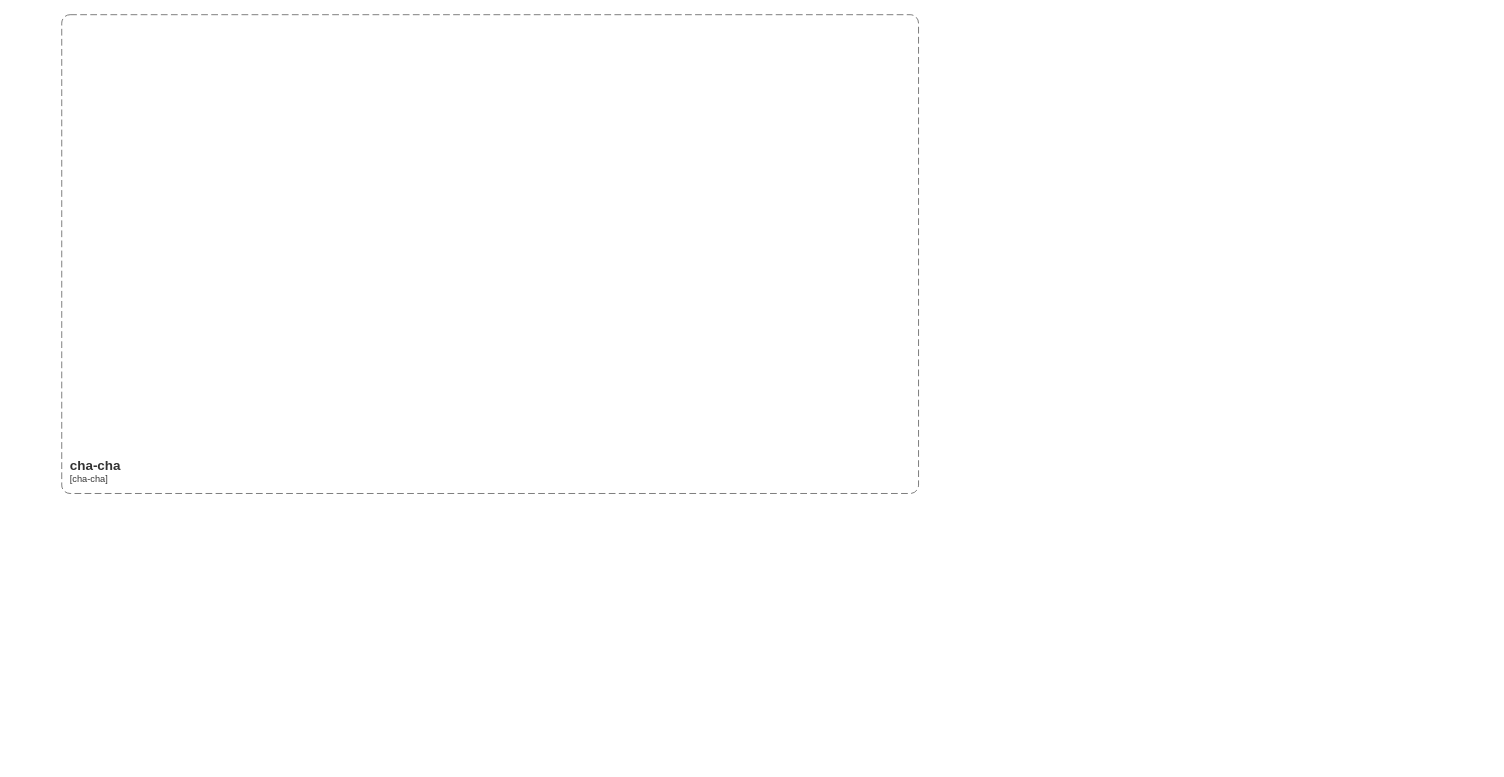
The draw.io diagram charly_auction.drawio in beyond-sw-camp/be20-1st-CharlyBiddingFactory-CharlyMarket, before the edit. Source tidied: cells renumbered, new cells numbered last; positions are measured from the earlier drawing's top-left corner, leaving out a move shared by most shapes. Both pictures are drawn from the tidied source at 84%, with x=0, y=0 at pixel (61, 14).
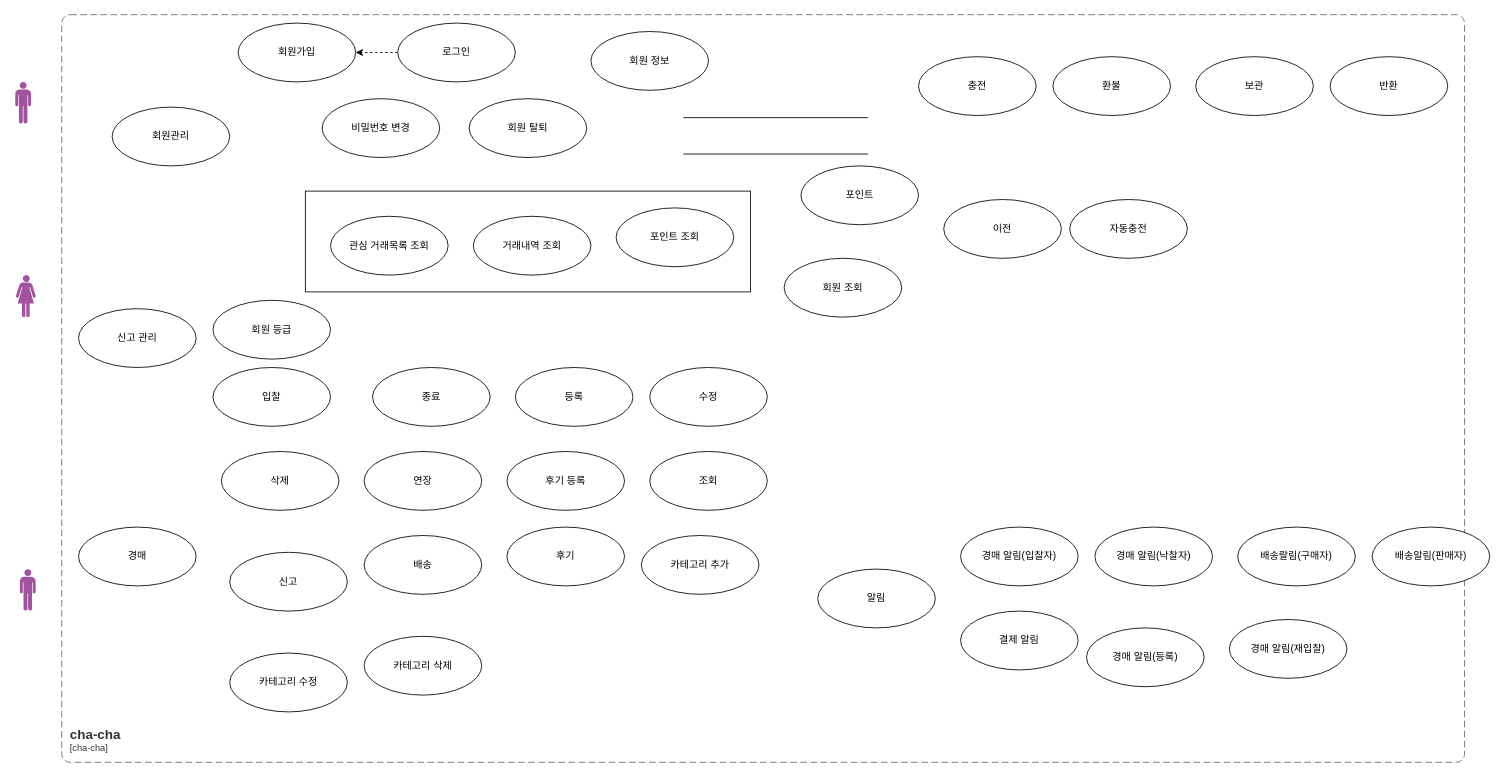
The same diagram, later.

Change to the diagram source:
```diff
@@
+    <mxCell id="3" style="rounded=0;whiteSpace=wrap;html=1;" parent="1" vertex="1">
+      <mxGeometry x="290" y="210" width="530" height="120" as="geometry" />
+    </mxCell>
     <object id="2" label="&lt;font style=&quot;font-size: 16px&quot;&gt;&lt;b&gt;&lt;div style=&quot;text-align: left&quot;&gt;%c4Name%&lt;/div&gt;&lt;/b&gt;&lt;/font&gt;&lt;div style=&quot;text-align: left&quot;&gt;[%c4Application%]&lt;/div&gt;" c4Application="cha-cha" c4Name="cha-cha" placeholders="1">
       <mxCell style="rounded=1;fontSize=11;whiteSpace=wrap;html=1;dashed=1;arcSize=20;fillColor=none;strokeColor=#666666;fontColor=#333333;labelBackgroundColor=none;align=left;verticalAlign=bottom;labelBorderColor=none;spacingTop=0;spacing=10;dashPattern=8 4;perimeter=rectanglePerimeter;noLabel=0;labelPadding=0;absoluteArcSize=1;" parent="1" vertex="1">
-        <mxGeometry width="1020" height="570" as="geometry" />
+        <mxGeometry width="1670" height="890" as="geometry" />
       </mxCell>
     </object>
+    <mxCell id="4" value="회원가입" style="ellipse;whiteSpace=wrap;html=1;" parent="1" vertex="1">
+      <mxGeometry x="210" y="10" width="140" height="70" as="geometry" />
+    </mxCell>
+    <mxCell id="5" style="verticalLabelPosition=bottom;sketch=0;html=1;fillColor=#A153A0;verticalAlign=top;align=center;shape=mxgraph.cisco_safe.design.actor_2;" parent="1" vertex="1">
+      <mxGeometry x="-50" y="660" width="19" height="50" as="geometry" />
+    </mxCell>
+    <mxCell id="6" style="verticalLabelPosition=bottom;sketch=0;html=1;fillColor=#A153A0;verticalAlign=top;align=center;shape=mxgraph.cisco_safe.design.actor_2;" parent="1" vertex="1">
+      <mxGeometry x="-55.5" y="80" width="19" height="50" as="geometry" />
+    </mxCell>
+    <mxCell id="7" style="verticalLabelPosition=bottom;sketch=0;html=1;fillColor=#A153A0;verticalAlign=top;align=center;shape=mxgraph.cisco_safe.design.actor_1;" parent="1" vertex="1">
+      <mxGeometry x="-54.5" y="310" width="23.5" height="50" as="geometry" />
+    </mxCell>
+    <mxCell id="8" value="포인트 조회" style="ellipse;whiteSpace=wrap;html=1;" parent="1" vertex="1">
+      <mxGeometry x="660" y="230" width="140" height="70" as="geometry" />
+    </mxCell>
+    <mxCell id="9" value="회원 탈퇴" style="ellipse;whiteSpace=wrap;html=1;" parent="1" vertex="1">
+      <mxGeometry x="485" y="100" width="140" height="70" as="geometry" />
+    </mxCell>
+    <mxCell id="10" value="회원 정보" style="ellipse;whiteSpace=wrap;html=1;" parent="1" vertex="1">
+      <mxGeometry x="630" y="20" width="140" height="70" as="geometry" />
+    </mxCell>
+    <mxCell id="11" style="edgeStyle=orthogonalEdgeStyle;rounded=0;jettySize=auto;html=1;dashed=1;" parent="1" edge="1" source="12" target="4">
+      <mxGeometry relative="1" as="geometry" />
+    </mxCell>
+    <mxCell id="12" value="로그인" style="ellipse;whiteSpace=wrap;html=1;" parent="1" vertex="1">
+      <mxGeometry x="400" y="10" width="140" height="70" as="geometry" />
+    </mxCell>
+    <mxCell id="13" value="비밀번호 변경" style="ellipse;whiteSpace=wrap;html=1;" parent="1" vertex="1">
+      <mxGeometry x="310" y="100" width="140" height="70" as="geometry" />
+    </mxCell>
+    <mxCell id="14" value="회원 조회" style="ellipse;whiteSpace=wrap;html=1;" parent="1" vertex="1">
+      <mxGeometry x="860" y="290" width="140" height="70" as="geometry" />
+    </mxCell>
+    <mxCell id="15" value="신고 관리" style="ellipse;whiteSpace=wrap;html=1;" parent="1" vertex="1">
+      <mxGeometry x="20" y="350" width="140" height="70" as="geometry" />
+    </mxCell>
+    <mxCell id="16" value="회원 등급" style="ellipse;whiteSpace=wrap;html=1;" parent="1" vertex="1">
+      <mxGeometry x="180" y="340" width="140" height="70" as="geometry" />
+    </mxCell>
+    <mxCell id="17" value="거래내역 조회" style="ellipse;whiteSpace=wrap;html=1;" parent="1" vertex="1">
+      <mxGeometry x="490" y="240" width="140" height="70" as="geometry" />
+    </mxCell>
+    <mxCell id="18" value="관심 거래목록 조회" style="ellipse;whiteSpace=wrap;html=1;" parent="1" vertex="1">
+      <mxGeometry x="320" y="240" width="140" height="70" as="geometry" />
+    </mxCell>
+    <mxCell id="19" value="종료" style="ellipse;whiteSpace=wrap;html=1;" parent="1" vertex="1">
+      <mxGeometry x="370" y="420" width="140" height="70" as="geometry" />
+    </mxCell>
+    <mxCell id="20" value="입찰" style="ellipse;whiteSpace=wrap;html=1;" parent="1" vertex="1">
+      <mxGeometry x="180" y="420" width="140" height="70" as="geometry" />
+    </mxCell>
+    <mxCell id="21" value="카테고리 삭제" style="ellipse;whiteSpace=wrap;html=1;" parent="1" vertex="1">
+      <mxGeometry x="360" y="740" width="140" height="70" as="geometry" />
+    </mxCell>
+    <mxCell id="22" value="카테고리 수정" style="ellipse;whiteSpace=wrap;html=1;" parent="1" vertex="1">
+      <mxGeometry x="200" y="760" width="140" height="70" as="geometry" />
+    </mxCell>
+    <mxCell id="23" value="카테고리 추가" style="ellipse;whiteSpace=wrap;html=1;" parent="1" vertex="1">
+      <mxGeometry x="690" y="620" width="140" height="70" as="geometry" />
+    </mxCell>
+    <mxCell id="24" value="후기" style="ellipse;whiteSpace=wrap;html=1;" parent="1" vertex="1">
+      <mxGeometry x="530" y="610" width="140" height="70" as="geometry" />
+    </mxCell>
+    <mxCell id="25" value="배송" style="ellipse;whiteSpace=wrap;html=1;" parent="1" vertex="1">
+      <mxGeometry x="360" y="620" width="140" height="70" as="geometry" />
+    </mxCell>
+    <mxCell id="26" value="신고" style="ellipse;whiteSpace=wrap;html=1;" parent="1" vertex="1">
+      <mxGeometry x="200" y="640" width="140" height="70" as="geometry" />
+    </mxCell>
+    <mxCell id="27" value="조회" style="ellipse;whiteSpace=wrap;html=1;" parent="1" vertex="1">
+      <mxGeometry x="700" y="520" width="140" height="70" as="geometry" />
+    </mxCell>
+    <mxCell id="28" value="연장" style="ellipse;whiteSpace=wrap;html=1;" parent="1" vertex="1">
+      <mxGeometry x="360" y="520" width="140" height="70" as="geometry" />
+    </mxCell>
+    <mxCell id="29" value="후기 등록" style="ellipse;whiteSpace=wrap;html=1;" parent="1" vertex="1">
+      <mxGeometry x="530" y="520" width="140" height="70" as="geometry" />
+    </mxCell>
+    <mxCell id="30" value="수정" style="ellipse;whiteSpace=wrap;html=1;" parent="1" vertex="1">
+      <mxGeometry x="700" y="420" width="140" height="70" as="geometry" />
+    </mxCell>
+    <mxCell id="31" value="삭제" style="ellipse;whiteSpace=wrap;html=1;" parent="1" vertex="1">
+      <mxGeometry x="190" y="520" width="140" height="70" as="geometry" />
+    </mxCell>
+    <mxCell id="32" value="등록" style="ellipse;whiteSpace=wrap;html=1;" parent="1" vertex="1">
+      <mxGeometry x="540" y="420" width="140" height="70" as="geometry" />
+    </mxCell>
+    <mxCell id="33" value="회원관리" style="ellipse;whiteSpace=wrap;html=1;" parent="1" vertex="1">
+      <mxGeometry x="60" y="110" width="140" height="70" as="geometry" />
+    </mxCell>
+    <mxCell id="34" value="경매" style="ellipse;whiteSpace=wrap;html=1;" parent="1" vertex="1">
+      <mxGeometry x="20" y="610" width="140" height="70" as="geometry" />
+    </mxCell>
+    <mxCell id="35" value="충전" style="ellipse;whiteSpace=wrap;html=1;" parent="1" vertex="1">
+      <mxGeometry x="1020" y="50" width="140" height="70" as="geometry" />
+    </mxCell>
+    <mxCell id="36" value="환불" style="ellipse;whiteSpace=wrap;html=1;" parent="1" vertex="1">
+      <mxGeometry x="1180" y="50" width="140" height="70" as="geometry" />
+    </mxCell>
+    <mxCell id="37" value="반환" style="ellipse;whiteSpace=wrap;html=1;" parent="1" vertex="1">
+      <mxGeometry x="1510" y="50" width="140" height="70" as="geometry" />
+    </mxCell>
+    <mxCell id="38" value="자동충전" style="ellipse;whiteSpace=wrap;html=1;" parent="1" vertex="1">
+      <mxGeometry x="1200" y="220" width="140" height="70" as="geometry" />
+    </mxCell>
+    <mxCell id="39" value="이전" style="ellipse;whiteSpace=wrap;html=1;" parent="1" vertex="1">
+      <mxGeometry x="1050" y="220" width="140" height="70" as="geometry" />
+    </mxCell>
+    <mxCell id="40" value="보관" style="ellipse;whiteSpace=wrap;html=1;" parent="1" vertex="1">
+      <mxGeometry x="1350" y="50" width="140" height="70" as="geometry" />
+    </mxCell>
+    <mxCell id="41" value="경매 알림(입찰자)" style="ellipse;whiteSpace=wrap;html=1;" parent="1" vertex="1">
+      <mxGeometry x="1070" y="610" width="140" height="70" as="geometry" />
+    </mxCell>
+    <mxCell id="42" value="경매 알림(낙찰자)" style="ellipse;whiteSpace=wrap;html=1;" parent="1" vertex="1">
+      <mxGeometry x="1230" y="610" width="140" height="70" as="geometry" />
+    </mxCell>
+    <mxCell id="43" value="배송랄림(구매자)" style="ellipse;whiteSpace=wrap;html=1;" parent="1" vertex="1">
+      <mxGeometry x="1400" y="610" width="140" height="70" as="geometry" />
+    </mxCell>
+    <mxCell id="44" value="배송알림(판매자)" style="ellipse;whiteSpace=wrap;html=1;" parent="1" vertex="1">
+      <mxGeometry x="1560" y="610" width="140" height="70" as="geometry" />
+    </mxCell>
+    <mxCell id="45" value="결제 알림" style="ellipse;whiteSpace=wrap;html=1;" parent="1" vertex="1">
+      <mxGeometry x="1070" y="710" width="140" height="70" as="geometry" />
+    </mxCell>
+    <mxCell id="46" value="경매 알림(등록)" style="ellipse;whiteSpace=wrap;html=1;" parent="1" vertex="1">
+      <mxGeometry x="1220" y="730" width="140" height="70" as="geometry" />
+    </mxCell>
+    <mxCell id="47" value="경매 알림(재입찰)" style="ellipse;whiteSpace=wrap;html=1;" parent="1" vertex="1">
+      <mxGeometry x="1390" y="720" width="140" height="70" as="geometry" />
+    </mxCell>
+    <mxCell id="48" value="알림" style="ellipse;whiteSpace=wrap;html=1;" parent="1" vertex="1">
+      <mxGeometry x="900" y="660" width="140" height="70" as="geometry" />
+    </mxCell>
+    <mxCell id="49" value="포인트" style="ellipse;whiteSpace=wrap;html=1;" parent="1" vertex="1">
+      <mxGeometry x="880" y="180" width="140" height="70" as="geometry" />
+    </mxCell>
+    <mxCell id="50" style="shape=link;html=1;rounded=0;width=43.333333333333336;" parent="1" edge="1">
+      <mxGeometry relative="1" as="geometry">
+        <mxPoint x="740" y="144.2" as="sourcePoint" />
+        <mxPoint x="960" y="144.2" as="targetPoint" />
+      </mxGeometry>
+    </mxCell>
```
